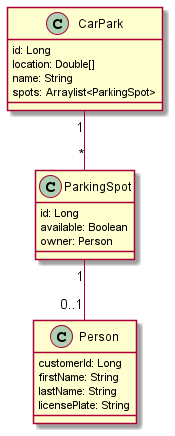
This is asciidocs/images/cld.png from 2122-5ahitm-sew/01-microproject-wiesingerjonas, a PlantUML export, as it was before one commit.
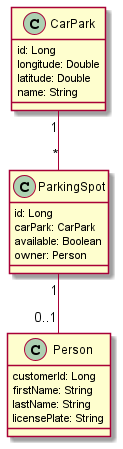
The same diagram one commit later.

What changed in the source:
```diff
@@ -2,13 +2,14 @@
 
 class CarPark {
     id: Long
-    location: Double[]
+    longitude: Double
+    latitude: Double
     name: String
-    spots: Arraylist<ParkingSpot>
 }
 
 class ParkingSpot {
     id: Long
+    carPark: CarPark
     available: Boolean
     owner: Person
 }
@@ -22,4 +23,5 @@
 
 CarPark "1" -- "*" ParkingSpot
 ParkingSpot "1" -- "0..1" Person
+
 @enduml
```
